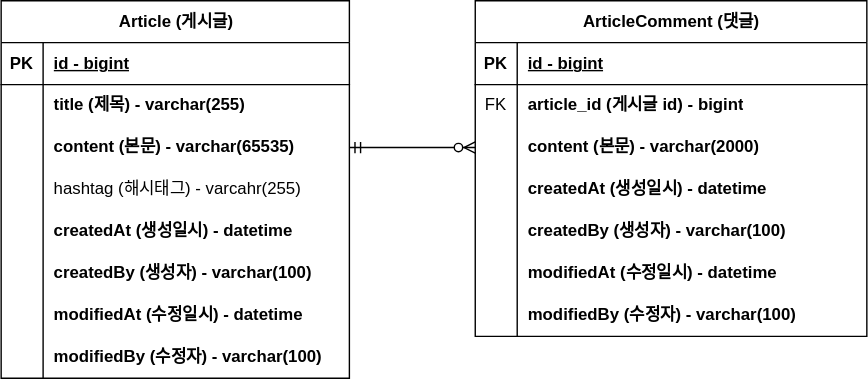
This is document/project-board-erd.svg from zjdtm/fastcampus-project-board, a draw.io export, as it was before one commit. Source tidied: cells renumbered, new cells last; positions are measured from the earlier drawing's top-left corner, leaving out a move shared by most shapes.
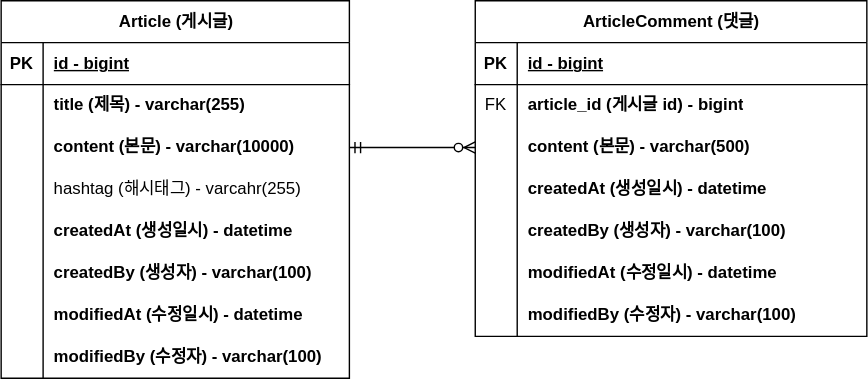
Above is the later version.

Commit message:
#6 - erd 업데이트: content 사이즈 변경

The edit, as a diff of the source:
```diff
@@ -2,11 +2,6 @@
   <root>
     <mxCell id="0" />
     <mxCell id="1" parent="0" />
-    <mxCell id="2" style="edgeStyle=entityRelationEdgeStyle;endArrow=ERzeroToMany;startArrow=ERone;endFill=1;startFill=0;" parent="1" edge="1" target="x">
-      <mxGeometry relative="1" as="geometry">
-        <mxPoint x="659" y="125" as="sourcePoint" />
-      </mxGeometry>
-    </mxCell>
     <mxCell id="3" value="Article (게시글)" style="shape=table;startSize=30;rowLines=0;fontStyle=1;align=center;html=1;" parent="1" vertex="1">
       <mxGeometry width="249" height="270" as="geometry" />
     </mxCell>
@@ -34,7 +29,7 @@
     <mxCell id="11" style="shape=partialRectangle;fillColor=none;top=0;left=0;bottom=0;right=0;overflow=hidden;whiteSpace=wrap;html=1;" parent="10" vertex="1">
       <mxGeometry width="30" height="30" as="geometry" />
     </mxCell>
-    <mxCell id="12" value="content (본문) - varchar(65535)" style="shape=partialRectangle;fillColor=none;top=0;left=0;bottom=0;right=0;align=left;spacingLeft=6;overflow=hidden;whiteSpace=wrap;html=1;fontStyle=1;" parent="10" vertex="1">
+    <mxCell id="12" value="content (본문) - varchar(10000)" style="shape=partialRectangle;fillColor=none;top=0;left=0;bottom=0;right=0;align=left;spacingLeft=6;overflow=hidden;whiteSpace=wrap;html=1;fontStyle=1;" parent="10" vertex="1">
       <mxGeometry x="30" width="219" height="30" as="geometry" />
     </mxCell>
     <mxCell id="13" style="shape=tableRow;horizontal=0;startSize=0;swimlaneHead=0;swimlaneBody=0;fillColor=none;top=0;left=0;right=0;bottom=0;" parent="3" vertex="1">
@@ -109,7 +104,7 @@
     <mxCell id="36" style="shape=partialRectangle;fillColor=none;top=0;left=0;bottom=0;right=0;overflow=hidden;whiteSpace=wrap;html=1;" parent="35" vertex="1">
       <mxGeometry width="30" height="30" as="geometry" />
     </mxCell>
-    <mxCell id="37" value="content (본문) - varchar(2000)" style="shape=partialRectangle;fillColor=none;top=0;left=0;bottom=0;right=0;align=left;spacingLeft=6;overflow=hidden;whiteSpace=wrap;html=1;fontStyle=1;" parent="35" vertex="1">
+    <mxCell id="37" value="content (본문) - varchar(500)" style="shape=partialRectangle;fillColor=none;top=0;left=0;bottom=0;right=0;align=left;spacingLeft=6;overflow=hidden;whiteSpace=wrap;html=1;fontStyle=1;" parent="35" vertex="1">
       <mxGeometry x="30" width="250" height="30" as="geometry" />
     </mxCell>
     <mxCell id="38" style="shape=tableRow;horizontal=0;startSize=0;swimlaneHead=0;swimlaneBody=0;fillColor=none;top=0;left=0;right=0;bottom=0;" parent="28" vertex="1">
```
